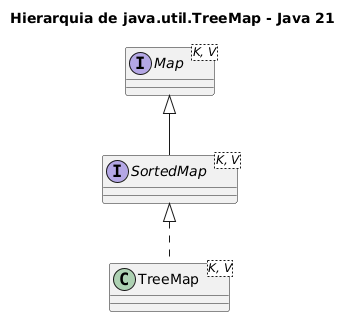
This is subjects/poo/images/11-treemap-main.png from fabriciosantana/idp-marp-slides, a PlantUML export, as it was before one commit.
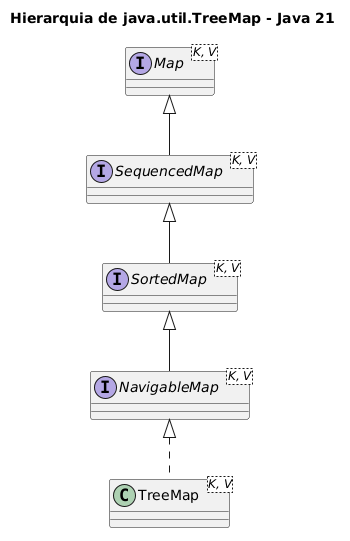
After the change.

The edit, as a diff of the source:
```diff
@@ -2,11 +2,15 @@
 title Hierarquia de java.util.TreeMap - Java 21
 
 interface Map<K, V>
+interface SequencedMap<K, V>
 interface SortedMap<K, V>
+interface NavigableMap<K, V>
 
 class TreeMap<K, V>
 
-Map <|-- SortedMap
-SortedMap <|.. TreeMap
+Map <|-- SequencedMap
+SequencedMap <|-- SortedMap
+SortedMap <|-- NavigableMap
+NavigableMap <|.. TreeMap
 
 @enduml
```
